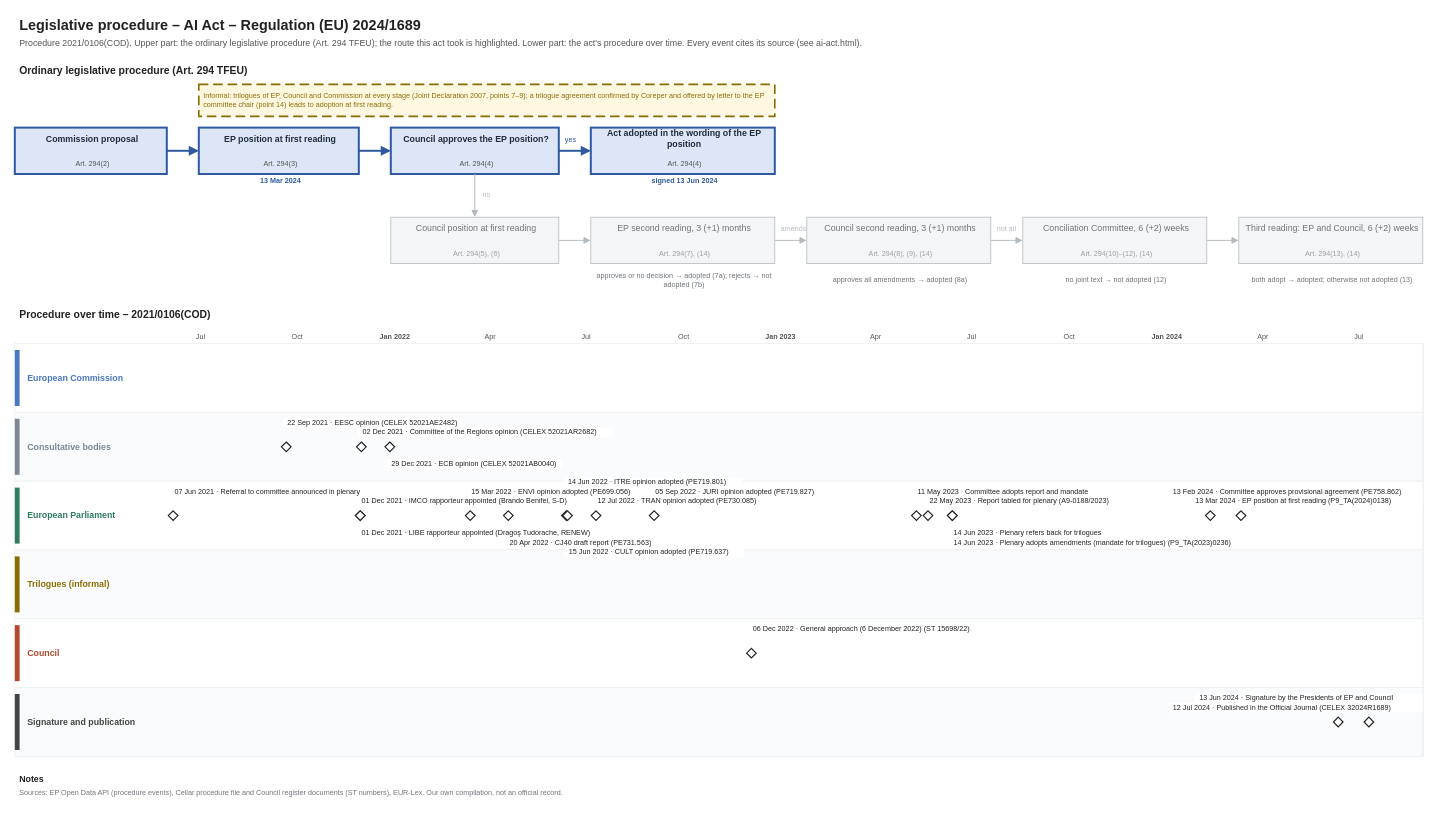
Before: procedures/ai-act.drawio in git-z0man/eu-regulation-timeline, a draw.io diagram. Source tidied: cells renumbered, new cells numbered last; positions are measured from the earlier drawing's top-left corner, leaving out a move shared by most shapes. Both pictures are drawn from the tidied source at 80%, with x=0, y=0 at pixel (14, 14).
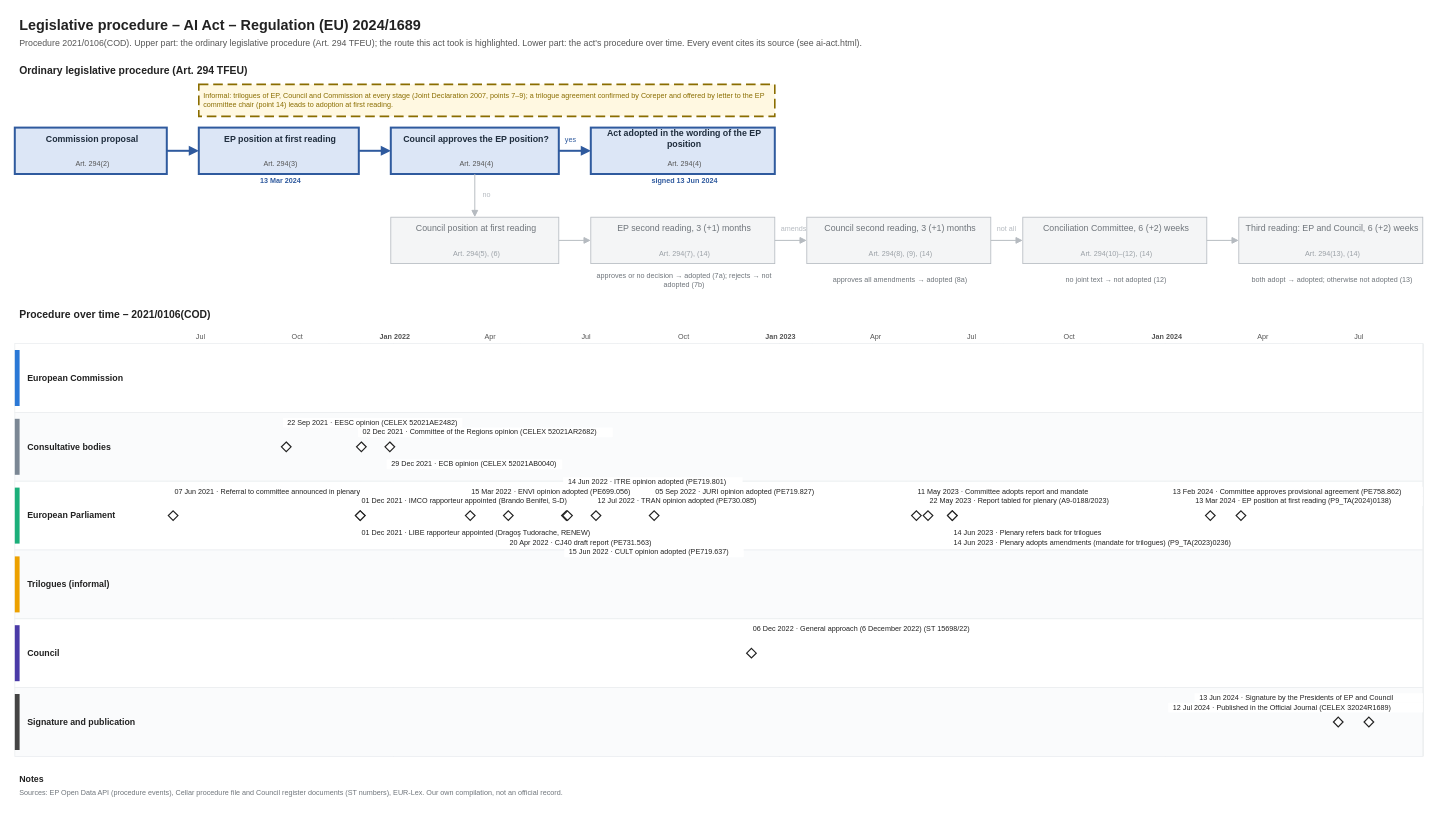
The same diagram, later.

The edit, as a diff of the source:
```diff
@@
-    <mxCell id="107" style="rounded=0;arcSize=50;fillColor=#4a78c2;strokeColor=none;" parent="1" vertex="1">
+    <mxCell id="107" style="rounded=0;arcSize=50;fillColor=#2a78d6;strokeColor=none;" parent="1" vertex="1">
       <mxGeometry y="420" width="6" height="70" as="geometry" />
     </mxCell>
-    <mxCell id="108" value="European Commission" style="text;html=1;fontSize=11;fontColor=#4a78c2;align=left;verticalAlign=middle;spacingLeft=4;fontStyle=1;whiteSpace=wrap;" parent="1" vertex="1">
+    <mxCell id="108" value="European Commission" style="text;html=1;fontSize=11;fontColor=#222222;align=left;verticalAlign=middle;spacingLeft=4;fontStyle=1;whiteSpace=wrap;" parent="1" vertex="1">
       <mxGeometry x="10" y="412" width="174" height="86" as="geometry" />
     </mxCell>
@@
-    <mxCell id="111" value="Consultative bodies" style="text;html=1;fontSize=11;fontColor=#7b8794;align=left;verticalAlign=middle;spacingLeft=4;fontStyle=1;whiteSpace=wrap;" parent="1" vertex="1">
+    <mxCell id="111" value="Consultative bodies" style="text;html=1;fontSize=11;fontColor=#222222;align=left;verticalAlign=middle;spacingLeft=4;fontStyle=1;whiteSpace=wrap;" parent="1" vertex="1">
       <mxGeometry x="10" y="498" width="174" height="86" as="geometry" />
     </mxCell>
@@
-    <mxCell id="113" style="rounded=0;arcSize=50;fillColor=#2e7d5b;strokeColor=none;" parent="1" vertex="1">
+    <mxCell id="113" style="rounded=0;arcSize=50;fillColor=#1baf7a;strokeColor=none;" parent="1" vertex="1">
       <mxGeometry y="592" width="6" height="70" as="geometry" />
     </mxCell>
-    <mxCell id="114" value="European Parliament" style="text;html=1;fontSize=11;fontColor=#2e7d5b;align=left;verticalAlign=middle;spacingLeft=4;fontStyle=1;whiteSpace=wrap;" parent="1" vertex="1">
+    <mxCell id="114" value="European Parliament" style="text;html=1;fontSize=11;fontColor=#222222;align=left;verticalAlign=middle;spacingLeft=4;fontStyle=1;whiteSpace=wrap;" parent="1" vertex="1">
       <mxGeometry x="10" y="584" width="174" height="86" as="geometry" />
     </mxCell>
@@
-    <mxCell id="116" style="rounded=0;arcSize=50;fillColor=#8a6d00;strokeColor=none;" parent="1" vertex="1">
+    <mxCell id="116" style="rounded=0;arcSize=50;fillColor=#eda100;strokeColor=none;" parent="1" vertex="1">
       <mxGeometry y="678" width="6" height="70" as="geometry" />
     </mxCell>
-    <mxCell id="117" value="Trilogues (informal)" style="text;html=1;fontSize=11;fontColor=#8a6d00;align=left;verticalAlign=middle;spacingLeft=4;fontStyle=1;whiteSpace=wrap;" parent="1" vertex="1">
+    <mxCell id="117" value="Trilogues (informal)" style="text;html=1;fontSize=11;fontColor=#222222;align=left;verticalAlign=middle;spacingLeft=4;fontStyle=1;whiteSpace=wrap;" parent="1" vertex="1">
       <mxGeometry x="10" y="670" width="174" height="86" as="geometry" />
     </mxCell>
@@
-    <mxCell id="119" style="rounded=0;arcSize=50;fillColor=#b5472d;strokeColor=none;" parent="1" vertex="1">
+    <mxCell id="119" style="rounded=0;arcSize=50;fillColor=#4a3aa7;strokeColor=none;" parent="1" vertex="1">
       <mxGeometry y="764" width="6" height="70" as="geometry" />
     </mxCell>
-    <mxCell id="120" value="Council" style="text;html=1;fontSize=11;fontColor=#b5472d;align=left;verticalAlign=middle;spacingLeft=4;fontStyle=1;whiteSpace=wrap;" parent="1" vertex="1">
+    <mxCell id="120" value="Council" style="text;html=1;fontSize=11;fontColor=#222222;align=left;verticalAlign=middle;spacingLeft=4;fontStyle=1;whiteSpace=wrap;" parent="1" vertex="1">
       <mxGeometry x="10" y="756" width="174" height="86" as="geometry" />
     </mxCell>
@@
-    <mxCell id="123" value="Signature and publication" style="text;html=1;fontSize=11;fontColor=#444444;align=left;verticalAlign=middle;spacingLeft=4;fontStyle=1;whiteSpace=wrap;" parent="1" vertex="1">
+    <mxCell id="123" value="Signature and publication" style="text;html=1;fontSize=11;fontColor=#222222;align=left;verticalAlign=middle;spacingLeft=4;fontStyle=1;whiteSpace=wrap;" parent="1" vertex="1">
       <mxGeometry x="10" y="842" width="174" height="86" as="geometry" />
     </mxCell>
```
